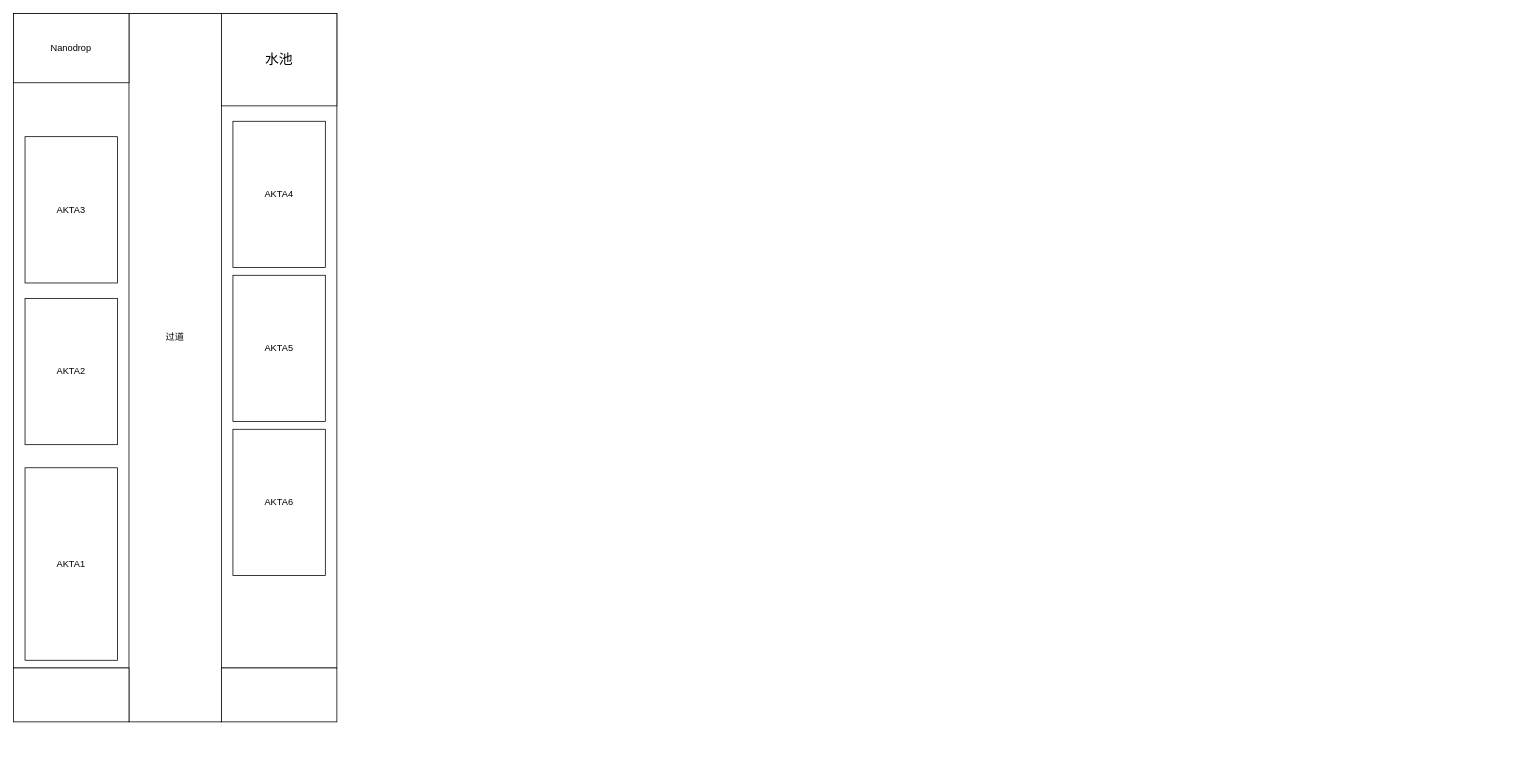
The draw.io diagram Untitled Diagram.drawio in ucbeanz/test, before the edit. Source tidied: cells renumbered, new cells numbered last; positions are measured from the earlier drawing's top-left corner, leaving out a move shared by most shapes. Both pictures are drawn from the tidied source at 77%, with x=0, y=0 at pixel (13, 13).
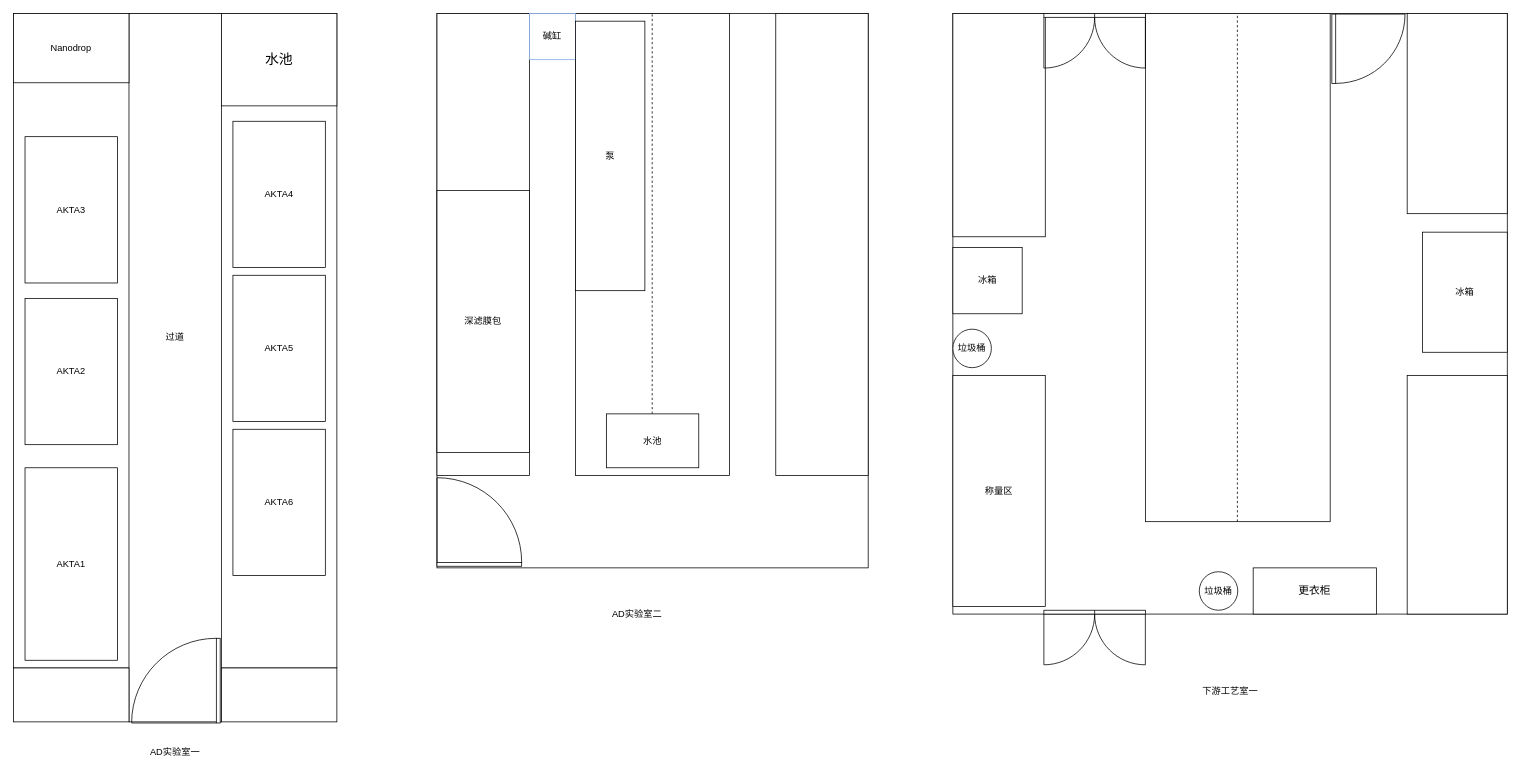
The same page after the edit.

Change to the diagram source:
```diff
@@
+    <mxCell id="15" value="AD实验室一" style="text;html=1;strokeColor=none;fillColor=none;align=center;verticalAlign=middle;whiteSpace=wrap;rounded=0;" parent="1" vertex="1">
+      <mxGeometry x="155" y="950" width="110" height="20" as="geometry" />
+    </mxCell>
+    <mxCell id="16" style="rounded=0;whiteSpace=wrap;html=1;" parent="1" vertex="1">
+      <mxGeometry x="550" width="560" height="720" as="geometry" />
+    </mxCell>
+    <mxCell id="17" style="rounded=0;whiteSpace=wrap;html=1;" parent="1" vertex="1">
+      <mxGeometry x="730" width="200" height="600" as="geometry" />
+    </mxCell>
+    <mxCell id="18" style="endArrow=none;dashed=1;html=1;startSize=6;" parent="1" edge="1">
+      <mxGeometry relative="1" as="geometry">
+        <mxPoint x="829.5" y="520" as="sourcePoint" />
+        <mxPoint x="829.5" as="targetPoint" />
+      </mxGeometry>
+    </mxCell>
+    <mxCell id="19" value="水池" style="rounded=0;whiteSpace=wrap;html=1;" parent="1" vertex="1">
+      <mxGeometry x="770" y="520" width="120" height="70" as="geometry" />
+    </mxCell>
+    <mxCell id="20" style="rounded=0;whiteSpace=wrap;html=1;" parent="1" vertex="1">
+      <mxGeometry x="550" width="120" height="600" as="geometry" />
+    </mxCell>
+    <mxCell id="21" style="rounded=0;whiteSpace=wrap;html=1;" parent="1" vertex="1">
+      <mxGeometry x="990" width="120" height="600" as="geometry" />
+    </mxCell>
+    <mxCell id="22" value="碱缸" style="rounded=0;whiteSpace=wrap;html=1;strokeColor=#7EA6E0;" parent="1" vertex="1">
+      <mxGeometry x="670" width="60" height="60" as="geometry" />
+    </mxCell>
+    <mxCell id="23" value="&lt;font color=&quot;#000000&quot;&gt;泵&lt;/font&gt;" style="rounded=0;whiteSpace=wrap;html=1;fontColor=#7EA6E0;" parent="1" vertex="1">
+      <mxGeometry x="730" y="10" width="90" height="350" as="geometry" />
+    </mxCell>
+    <mxCell id="24" value="&lt;font color=&quot;#000000&quot;&gt;深滤膜包&lt;/font&gt;" style="rounded=0;whiteSpace=wrap;html=1;strokeColor=#000000;fontColor=#7EA6E0;" parent="1" vertex="1">
+      <mxGeometry x="550" y="230" width="120" height="340" as="geometry" />
+    </mxCell>
+    <mxCell id="25" value="AD实验室二" style="text;html=1;strokeColor=none;fillColor=none;align=center;verticalAlign=middle;whiteSpace=wrap;rounded=0;" parent="1" vertex="1">
+      <mxGeometry x="750" y="770" width="120" height="20" as="geometry" />
+    </mxCell>
+    <mxCell id="26" style="rounded=0;whiteSpace=wrap;html=1;" parent="1" vertex="1">
+      <mxGeometry x="1220" width="720" height="780" as="geometry" />
+    </mxCell>
+    <mxCell id="27" style="rounded=0;whiteSpace=wrap;html=1;" parent="1" vertex="1">
+      <mxGeometry x="1470" width="240" height="660" as="geometry" />
+    </mxCell>
+    <mxCell id="28" style="endArrow=none;dashed=1;html=1;startSize=6;" parent="1" edge="1">
+      <mxGeometry relative="1" as="geometry">
+        <mxPoint x="1589.5" y="660" as="sourcePoint" />
+        <mxPoint x="1589.5" as="targetPoint" />
+      </mxGeometry>
+    </mxCell>
+    <mxCell id="29" style="rounded=0;whiteSpace=wrap;html=1;" parent="1" vertex="1">
+      <mxGeometry x="1220" width="120" height="290" as="geometry" />
+    </mxCell>
+    <mxCell id="30" style="rounded=0;whiteSpace=wrap;html=1;" parent="1" vertex="1">
+      <mxGeometry x="1810" width="130" height="260" as="geometry" />
+    </mxCell>
+    <mxCell id="31" style="verticalLabelPosition=bottom;html=1;verticalAlign=top;align=center;shape=mxgraph.floorplan.doorRight;strokeColor=#000000;fontColor=#000000;rotation=90;" parent="1" vertex="1">
+      <mxGeometry x="155" y="808" width="110" height="116.9" as="geometry" />
+    </mxCell>
+    <mxCell id="32" style="rounded=0;whiteSpace=wrap;html=1;" parent="1" vertex="1">
+      <mxGeometry x="1810" y="470" width="130" height="310" as="geometry" />
+    </mxCell>
+    <mxCell id="33" value="称量区" style="rounded=0;whiteSpace=wrap;html=1;" parent="1" vertex="1">
+      <mxGeometry x="1220" y="470" width="120" height="300" as="geometry" />
+    </mxCell>
+    <mxCell id="34" style="verticalLabelPosition=bottom;html=1;verticalAlign=top;align=center;shape=mxgraph.floorplan.doorRight;strokeColor=#000000;fontColor=#000000;rotation=-180;" parent="1" vertex="1">
+      <mxGeometry x="550" y="601" width="110" height="116.9" as="geometry" />
+    </mxCell>
+    <mxCell id="35" style="verticalLabelPosition=bottom;html=1;verticalAlign=top;align=center;shape=mxgraph.floorplan.doorDouble;strokeColor=#000000;fontColor=#000000;" parent="1" vertex="1">
+      <mxGeometry x="1338.2" width="131.8" height="70" as="geometry" />
+    </mxCell>
+    <mxCell id="36" style="verticalLabelPosition=bottom;html=1;verticalAlign=top;align=center;shape=mxgraph.floorplan.doorDouble;strokeColor=#000000;fontColor=#000000;" parent="1" vertex="1">
+      <mxGeometry x="1338.2" y="775" width="131.8" height="70" as="geometry" />
+    </mxCell>
+    <mxCell id="37" style="verticalLabelPosition=bottom;html=1;verticalAlign=top;align=center;shape=mxgraph.floorplan.doorRight;strokeColor=#000000;fontColor=#000000;rotation=-90;" parent="1" vertex="1">
+      <mxGeometry x="1715" y="-2" width="90" height="95.6" as="geometry" />
+    </mxCell>
+    <mxCell id="38" value="&lt;font style=&quot;font-size: 14px&quot;&gt;更衣柜&lt;/font&gt;" style="rounded=0;whiteSpace=wrap;html=1;strokeColor=#000000;fontColor=#000000;" parent="1" vertex="1">
+      <mxGeometry x="1610" y="720" width="160" height="60" as="geometry" />
+    </mxCell>
+    <mxCell id="39" value="垃圾桶" style="ellipse;whiteSpace=wrap;html=1;strokeColor=#000000;fontColor=#000000;" parent="1" vertex="1">
+      <mxGeometry x="1540" y="725" width="50" height="50" as="geometry" />
+    </mxCell>
+    <mxCell id="40" value="垃圾桶" style="ellipse;whiteSpace=wrap;html=1;strokeColor=#000000;fontColor=#000000;" parent="1" vertex="1">
+      <mxGeometry x="1220" y="410" width="50" height="50" as="geometry" />
+    </mxCell>
+    <mxCell id="41" value="冰箱" style="rounded=0;whiteSpace=wrap;html=1;strokeColor=#000000;fontColor=#000000;" parent="1" vertex="1">
+      <mxGeometry x="1220" y="304" width="90" height="86" as="geometry" />
+    </mxCell>
+    <mxCell id="42" value="冰箱" style="rounded=0;whiteSpace=wrap;html=1;strokeColor=#000000;fontColor=#000000;" parent="1" vertex="1">
+      <mxGeometry x="1830" y="284" width="110" height="156" as="geometry" />
+    </mxCell>
+    <mxCell id="43" value="下游工艺室一" style="text;html=1;strokeColor=none;fillColor=none;align=center;verticalAlign=middle;whiteSpace=wrap;rounded=0;fontColor=#000000;" parent="1" vertex="1">
+      <mxGeometry x="1517.5" y="870" width="125" height="20" as="geometry" />
+    </mxCell>
```
